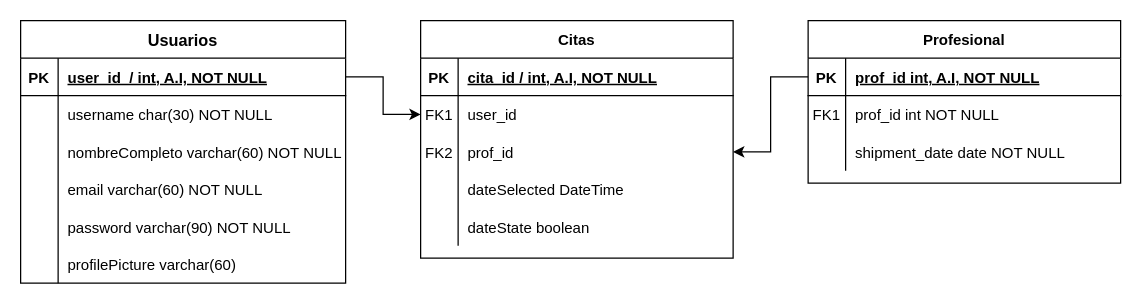
Before: Untitled Diagram.drawio in Eat-Fit/ERM-DB, a draw.io diagram. Source tidied: cells renumbered, new cells numbered last; positions are measured from the earlier drawing's top-left corner, leaving out a move shared by most shapes. Both pictures are drawn from the tidied source at 125%, with x=0, y=0 at pixel (20, 20).
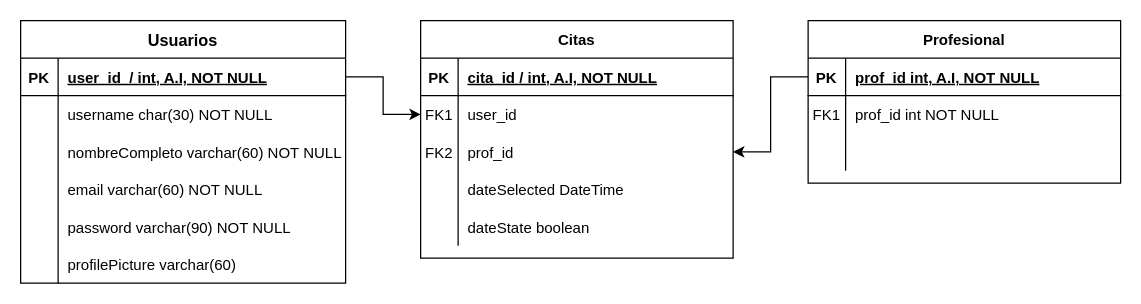
Above is the later version.

Unchanged cells that the change refers to:
```xml
<mxCell id="30" style="shape=partialRectangle;fillColor=none;top=0;left=0;right=0;bottom=0;" parent="23" vertex="1">
  <mxGeometry y="90" width="250" height="30" as="geometry" />
</mxCell>
```

Change to the diagram source:
```diff
@@
-    <mxCell id="32" value="shipment_date date NOT NULL" style="shape=partialRectangle;overflow=hidden;fillColor=none;top=0;left=0;bottom=0;right=0;align=left;spacingLeft=6;" parent="30" vertex="1">
+    <mxCell id="32" style="shape=partialRectangle;overflow=hidden;fillColor=none;top=0;left=0;bottom=0;right=0;align=left;spacingLeft=6;" parent="30" vertex="1">
       <mxGeometry x="30" width="220" height="30" as="geometry" />
     </mxCell>
```
